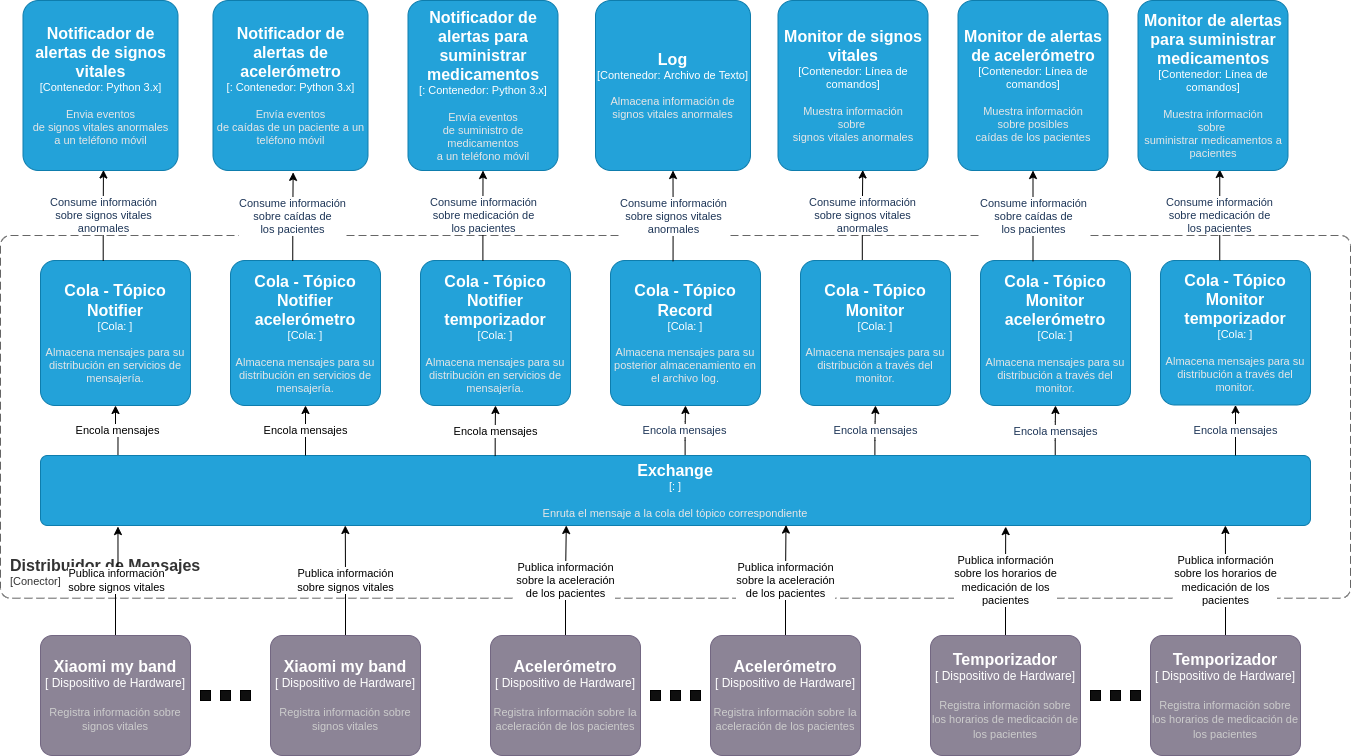
The draw.io diagram docs/container-view.png in Blackguz/Arquitecturas-Publica-Suscribe, before a commit. Source tidied: cells renumbered, new cells last; positions are measured from the earlier drawing's top-left corner, leaving out a move shared by most shapes.
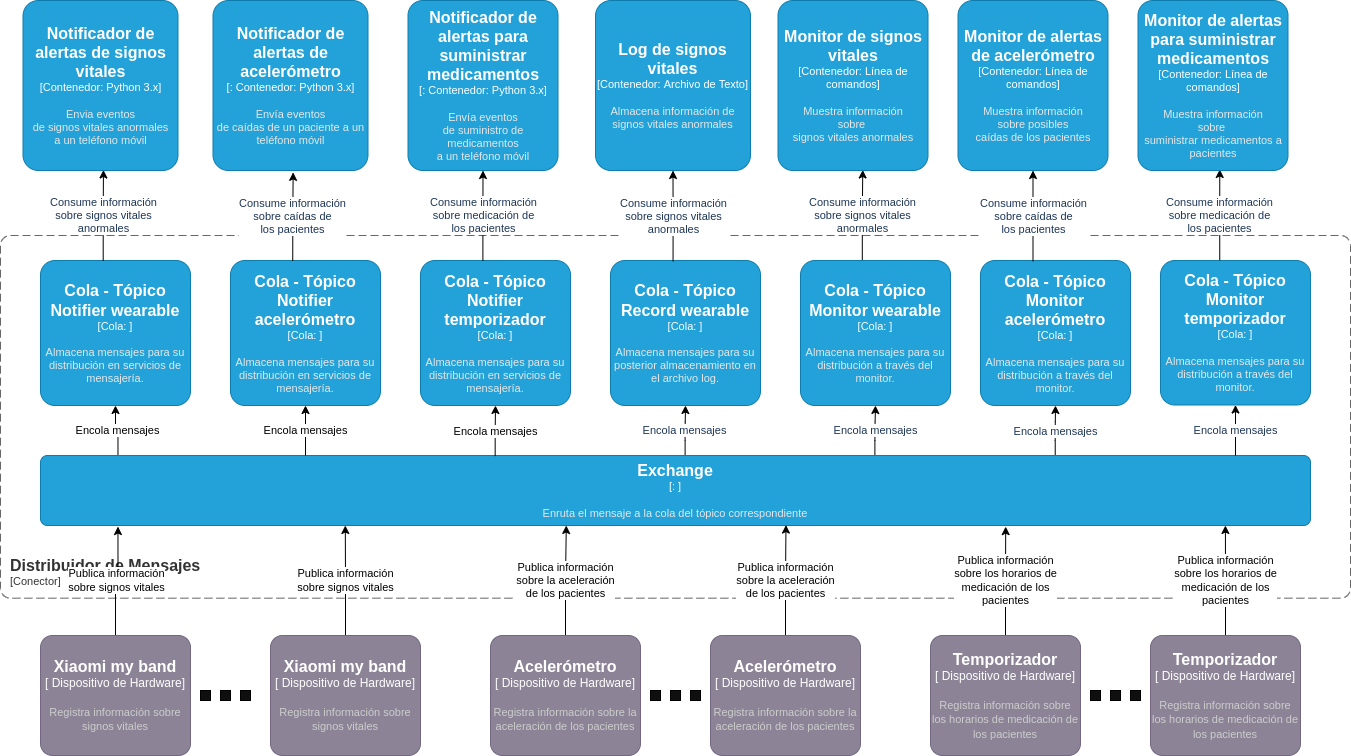
The same diagram one commit later.

What changed in the source:
```diff
@@ -98,12 +98,12 @@
         <mxGeometry x="1150" y="635" width="150" height="120" as="geometry" />
       </mxCell>
     </object>
-    <object id="28" label="&lt;font style=&quot;font-size: 16px&quot;&gt;&lt;b&gt;%c4Name%&lt;/b&gt;&lt;/font&gt;&lt;div&gt;[%c4Type%: %c4Technology%]&lt;/div&gt;&lt;br&gt;&lt;div&gt;&lt;font style=&quot;font-size: 11px&quot;&gt;&lt;font color=&quot;#E6E6E6&quot;&gt;%c4Description%&lt;/font&gt;&lt;/div&gt;" c4Description="Almacena mensajes para su distribución en servicios de mensajería." c4Name="Cola - Tópico&#10;Notifier" c4Technology="" c4Type="Cola" placeholders="1">
+    <object id="28" label="&lt;font style=&quot;font-size: 16px&quot;&gt;&lt;b&gt;%c4Name%&lt;/b&gt;&lt;/font&gt;&lt;div&gt;[%c4Type%: %c4Technology%]&lt;/div&gt;&lt;br&gt;&lt;div&gt;&lt;font style=&quot;font-size: 11px&quot;&gt;&lt;font color=&quot;#E6E6E6&quot;&gt;%c4Description%&lt;/font&gt;&lt;/div&gt;" c4Description="Almacena mensajes para su distribución en servicios de mensajería." c4Name="Cola - Tópico&#10;Notifier wearable" c4Technology="" c4Type="Cola" placeholders="1">
       <mxCell style="rounded=1;whiteSpace=wrap;html=1;fontSize=11;labelBackgroundColor=none;fillColor=#23A2D9;fontColor=#ffffff;align=center;arcSize=10;strokeColor=#0E7DAD;points=[[0.25,0,0],[0.5,0,0],[0.75,0,0],[1,0.25,0],[1,0.5,0],[1,0.75,0],[0.75,1,0],[0.5,1,0],[0.25,1,0],[0,0.75,0],[0,0.5,0],[0,0.25,0]];" parent="1" vertex="1">
         <mxGeometry x="40" y="260" width="150" height="145" as="geometry" />
       </mxCell>
     </object>
-    <object id="29" label="&lt;font style=&quot;font-size: 16px&quot;&gt;&lt;b&gt;%c4Name%&lt;/b&gt;&lt;/font&gt;&lt;div&gt;[%c4Type%: %c4Technology%]&lt;/div&gt;&lt;br&gt;&lt;div&gt;&lt;font style=&quot;font-size: 11px&quot;&gt;&lt;font color=&quot;#E6E6E6&quot;&gt;%c4Description%&lt;/font&gt;&lt;/div&gt;" c4Description="Almacena mensajes para su posterior almacenamiento en el archivo log." c4Name="Cola - Tópico&#10;Record" c4Technology="" c4Type="Cola" placeholders="1">
+    <object id="29" label="&lt;font style=&quot;font-size: 16px&quot;&gt;&lt;b&gt;%c4Name%&lt;/b&gt;&lt;/font&gt;&lt;div&gt;[%c4Type%: %c4Technology%]&lt;/div&gt;&lt;br&gt;&lt;div&gt;&lt;font style=&quot;font-size: 11px&quot;&gt;&lt;font color=&quot;#E6E6E6&quot;&gt;%c4Description%&lt;/font&gt;&lt;/div&gt;" c4Description="Almacena mensajes para su posterior almacenamiento en el archivo log." c4Name="Cola - Tópico&#10;Record wearable" c4Technology="" c4Type="Cola" placeholders="1">
       <mxCell style="rounded=1;whiteSpace=wrap;html=1;fontSize=11;labelBackgroundColor=none;fillColor=#23A2D9;fontColor=#ffffff;align=center;arcSize=10;strokeColor=#0E7DAD;points=[[0.25,0,0],[0.5,0,0],[0.75,0,0],[1,0.25,0],[1,0.5,0],[1,0.75,0],[0.75,1,0],[0.5,1,0],[0.25,1,0],[0,0.75,0],[0,0.5,0],[0,0.25,0]];" parent="1" vertex="1">
         <mxGeometry x="610" y="260" width="150" height="145" as="geometry" />
       </mxCell>
@@ -144,7 +144,7 @@
     <mxCell id="37" value="Encola mensajes" style="edgeStyle=orthogonalEdgeStyle;curved=0;rounded=1;sketch=0;jettySize=auto;html=1;exitX=0.657;exitY=-0.008;exitDx=0;exitDy=0;exitPerimeter=0;entryX=0.5;entryY=1;entryDx=0;entryDy=0;entryPerimeter=0;fontColor=#1D3557;strokeColor=#000000;fillColor=#A8DADC;" parent="1" edge="1" source="8" target="38">
       <mxGeometry relative="1" as="geometry" />
     </mxCell>
-    <object id="38" label="&lt;font style=&quot;font-size: 16px&quot;&gt;&lt;b&gt;%c4Name%&lt;/b&gt;&lt;/font&gt;&lt;div&gt;[%c4Type%: %c4Technology%]&lt;/div&gt;&lt;br&gt;&lt;div&gt;&lt;font style=&quot;font-size: 11px&quot;&gt;&lt;font color=&quot;#E6E6E6&quot;&gt;%c4Description%&lt;/font&gt;&lt;/div&gt;" c4Description="Almacena mensajes para su distribución a través del monitor." c4Name="Cola - Tópico&#10;Monitor" c4Technology="" c4Type="Cola" placeholders="1">
+    <object id="38" label="&lt;font style=&quot;font-size: 16px&quot;&gt;&lt;b&gt;%c4Name%&lt;/b&gt;&lt;/font&gt;&lt;div&gt;[%c4Type%: %c4Technology%]&lt;/div&gt;&lt;br&gt;&lt;div&gt;&lt;font style=&quot;font-size: 11px&quot;&gt;&lt;font color=&quot;#E6E6E6&quot;&gt;%c4Description%&lt;/font&gt;&lt;/div&gt;" c4Description="Almacena mensajes para su distribución a través del monitor." c4Name="Cola - Tópico&#10;Monitor wearable" c4Technology="" c4Type="Cola" placeholders="1">
       <mxCell style="rounded=1;whiteSpace=wrap;html=1;fontSize=11;labelBackgroundColor=none;fillColor=#23A2D9;fontColor=#ffffff;align=center;arcSize=10;strokeColor=#0E7DAD;points=[[0.25,0,0],[0.5,0,0],[0.75,0,0],[1,0.25,0],[1,0.5,0],[1,0.75,0],[0.75,1,0],[0.5,1,0],[0.25,1,0],[0,0.75,0],[0,0.5,0],[0,0.25,0]];" parent="1" vertex="1">
         <mxGeometry x="800" y="260" width="150" height="145" as="geometry" />
       </mxCell>
@@ -158,7 +158,7 @@
     <mxCell id="41" value="Consume información&lt;br&gt;sobre caídas de&lt;br&gt;los pacientes" style="edgeStyle=orthogonalEdgeStyle;curved=0;rounded=1;sketch=0;jettySize=auto;html=1;entryX=0.5;entryY=1;entryDx=0;entryDy=0;entryPerimeter=0;fontColor=#1D3557;strokeColor=#000000;fillColor=#A8DADC;exitX=0.35;exitY=0.005;exitDx=0;exitDy=0;exitPerimeter=0;" parent="1" edge="1" source="30" target="52">
       <mxGeometry relative="1" as="geometry" />
     </mxCell>
-    <object id="42" label="&lt;font style=&quot;font-size: 16px&quot;&gt;&lt;b&gt;%c4Name%&lt;/b&gt;&lt;/font&gt;&lt;div&gt;[%c4Type%: %c4Technology%]&lt;/div&gt;&lt;br&gt;&lt;div&gt;&lt;font style=&quot;font-size: 11px&quot;&gt;&lt;font color=&quot;#E6E6E6&quot;&gt;%c4Description%&lt;/font&gt;&lt;/div&gt;" c4Description="Almacena información de&#10;signos vitales anormales" c4Name="Log" c4Technology="Archivo de Texto" c4Type="Contenedor" placeholders="1">
+    <object id="42" label="&lt;font style=&quot;font-size: 16px&quot;&gt;&lt;b&gt;%c4Name%&lt;/b&gt;&lt;/font&gt;&lt;div&gt;[%c4Type%: %c4Technology%]&lt;/div&gt;&lt;br&gt;&lt;div&gt;&lt;font style=&quot;font-size: 11px&quot;&gt;&lt;font color=&quot;#E6E6E6&quot;&gt;%c4Description%&lt;/font&gt;&lt;/div&gt;" c4Description="Almacena información de&#10;signos vitales anormales" c4Name="Log de signos vitales" c4Technology="Archivo de Texto" c4Type="Contenedor" placeholders="1">
       <mxCell style="rounded=1;whiteSpace=wrap;html=1;fontSize=11;labelBackgroundColor=none;fillColor=#23A2D9;fontColor=#ffffff;align=center;arcSize=10;strokeColor=#0E7DAD;points=[[0.25,0,0],[0.5,0,0],[0.75,0,0],[1,0.25,0],[1,0.5,0],[1,0.75,0],[0.75,1,0],[0.5,1,0],[0.25,1,0],[0,0.75,0],[0,0.5,0],[0,0.25,0]];" parent="1" vertex="1">
         <mxGeometry x="595" width="155" height="170" as="geometry" />
       </mxCell>
```
